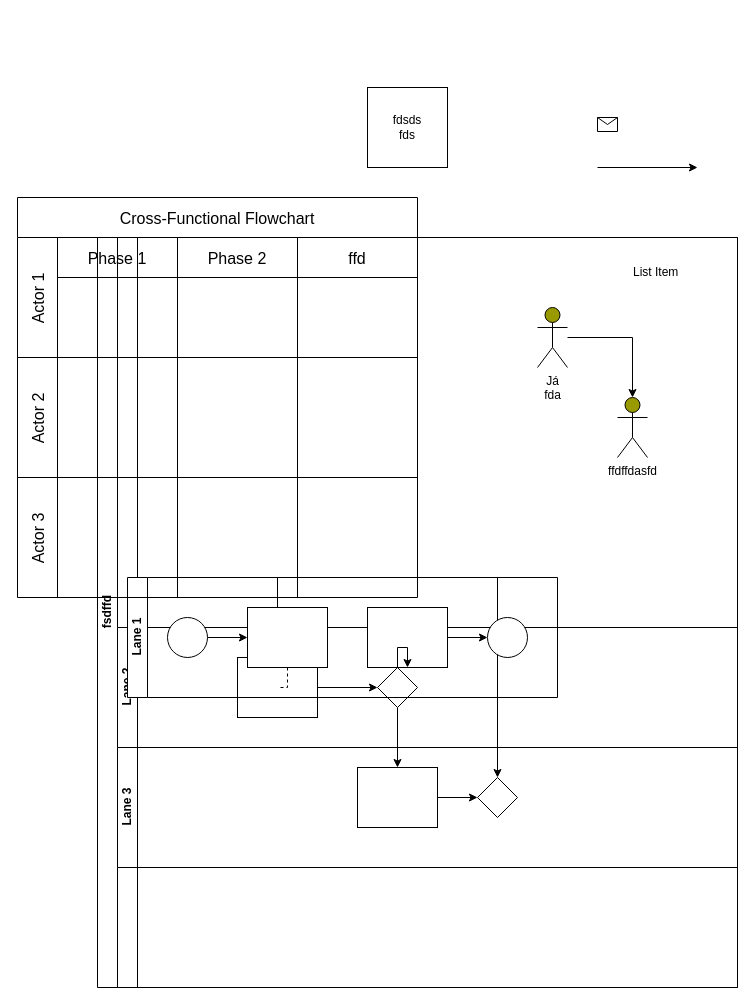
Before: First.drawio in MichalHasekRB/my-Diagrams, a draw.io diagram. Source tidied: cells renumbered, new cells numbered last; positions are measured from the earlier drawing's top-left corner, leaving out a move shared by most shapes. Both pictures are drawn from the tidied source at 100%, with x=0, y=0 at pixel (17, 87).
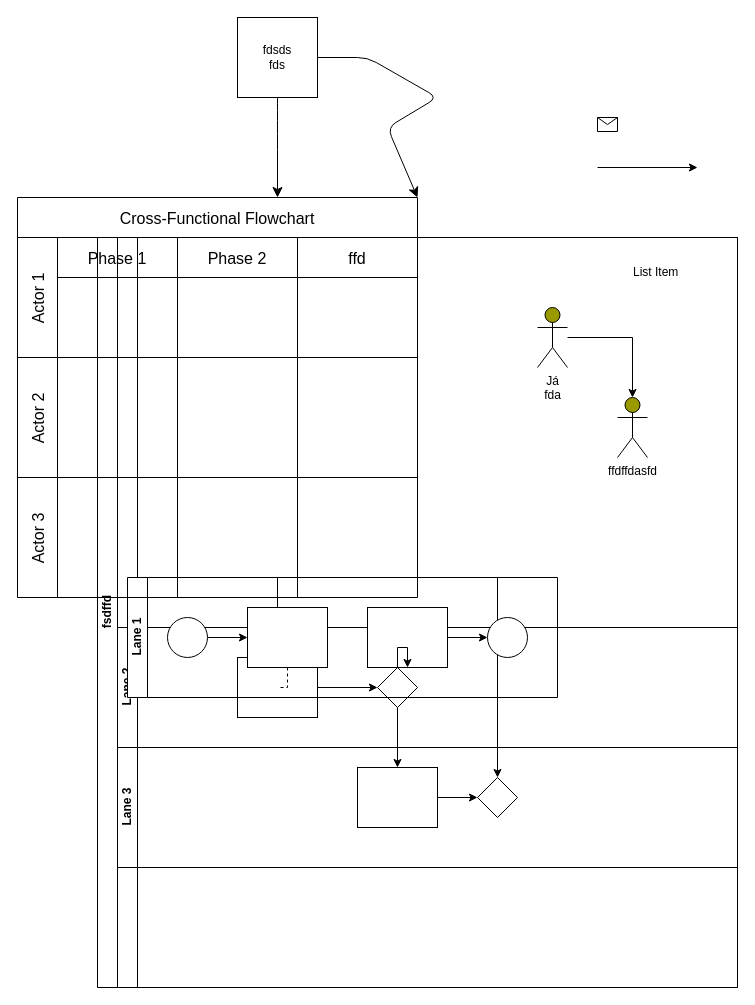
Above is the later version.

Unchanged cells that the change refers to:
```xml
<mxCell id="28" value="Cross-Functional Flowchart" style="shape=table;childLayout=tableLayout;startSize=40;fontSize=16;" parent="1" vertex="1">
  <mxGeometry y="110" width="400" height="400" as="geometry" />
</mxCell>
```

The edit, as a diff of the source:
```diff
@@
     <mxCell id="43" value="fdsds&lt;br&gt;fds" style="whiteSpace=wrap;html=1;" parent="1" vertex="1">
-      <mxGeometry x="350" width="80" height="80" as="geometry" />
+      <mxGeometry x="220" y="-70" width="80" height="80" as="geometry" />
     </mxCell>
+    <mxCell id="44" style="edgeStyle=none;curved=1;rounded=0;jettySize=auto;html=1;entryX=0.65;entryY=0;entryDx=0;entryDy=0;entryPerimeter=0;fontSize=12;startSize=8;endSize=8;" parent="1" edge="1" source="43" target="28">
+      <mxGeometry relative="1" as="geometry" />
+    </mxCell>
+    <mxCell id="45" style="edgeStyle=none;curved=0;rounded=1;jettySize=auto;html=1;entryX=1;entryY=0;entryDx=0;entryDy=0;fontSize=12;startSize=8;endSize=8;" parent="1" edge="1" source="43" target="28">
+      <mxGeometry relative="1" as="geometry">
+        <Array as="points">
+          <mxPoint x="350" y="-30" />
+          <mxPoint x="420" y="10" />
+          <mxPoint x="370" y="40" />
+        </Array>
+      </mxGeometry>
+    </mxCell>
```
